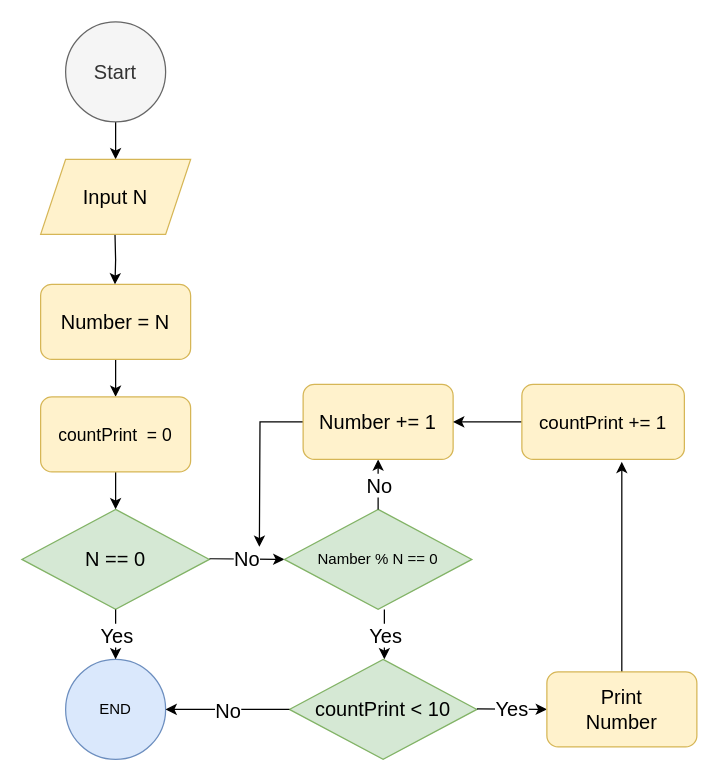
Above: ex002/other/c.drawio in YuriiOsipchuk/HomeWorkGo (draw.io), before the change. Source tidied: cells renumbered, new cells numbered last; positions are measured from the earlier drawing's top-left corner, leaving out a move shared by most shapes. Both pictures are drawn from the tidied source at 125%, with x=0, y=0 at pixel (21, 21).
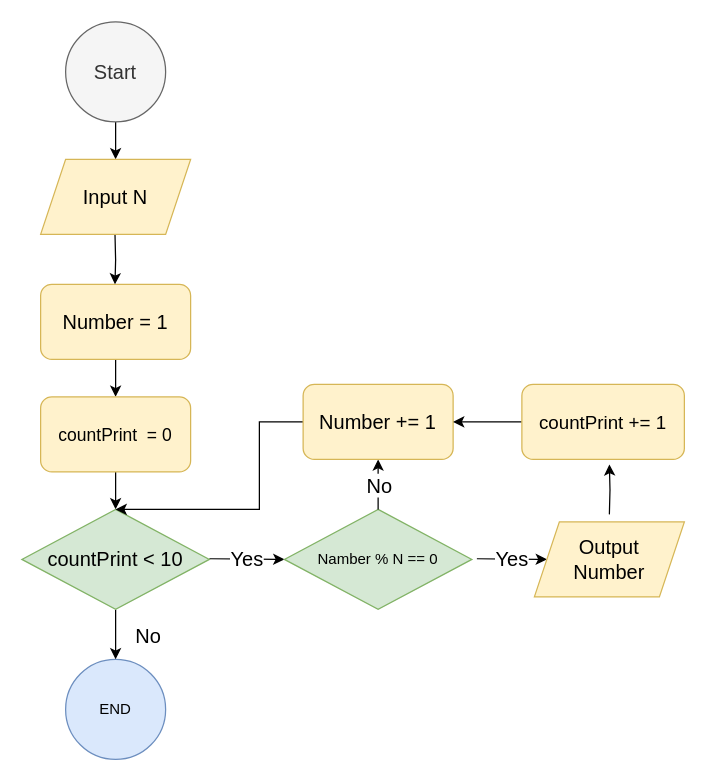
The same page after the edit.

The change refers to these unchanged cells:
```xml
<mxCell id="4" value="END" style="ellipse;whiteSpace=wrap;html=1;fillColor=#dae8fc;strokeColor=#6c8ebf;" parent="1" vertex="1">
  <mxGeometry x="35" y="510" width="80" height="80" as="geometry" />
</mxCell>
<mxCell id="11" value="&lt;font style=&quot;font-size: 14px;&quot;&gt;countPrint&amp;nbsp; = 0&lt;/font&gt;" style="rounded=1;whiteSpace=wrap;html=1;fontSize=16;fillColor=#fff2cc;strokeColor=#d6b656;" parent="1" vertex="1">
  <mxGeometry x="15" y="300" width="120" height="60" as="geometry" />
</mxCell>
<mxCell id="25" value="&lt;div&gt;Number += 1 &lt;br&gt;&lt;/div&gt;" style="rounded=1;whiteSpace=wrap;html=1;fontSize=16;fillColor=#fff2cc;strokeColor=#d6b656;" parent="1" vertex="1">
  <mxGeometry x="225" y="290" width="120" height="60" as="geometry" />
</mxCell>
<mxCell id="31" value="&lt;div style=&quot;font-size: 15px;&quot;&gt;&lt;font style=&quot;font-size: 15px;&quot;&gt;countPrint += 1&lt;br&gt;&lt;/font&gt;&lt;/div&gt;" style="rounded=1;whiteSpace=wrap;html=1;fontSize=16;fillColor=#fff2cc;strokeColor=#d6b656;" parent="1" vertex="1">
  <mxGeometry x="400" y="290" width="130" height="60" as="geometry" />
</mxCell>
```

The edit, as a diff of the source:
```diff
@@
-    <mxCell id="6" value="Number = N" style="rounded=1;whiteSpace=wrap;html=1;fontSize=16;fillColor=#fff2cc;strokeColor=#d6b656;" parent="1" vertex="1">
+    <mxCell id="6" value="Number = 1" style="rounded=1;whiteSpace=wrap;html=1;fontSize=16;fillColor=#fff2cc;strokeColor=#d6b656;" parent="1" vertex="1">
       <mxGeometry x="15" y="210" width="120" height="60" as="geometry" />
     </mxCell>
-    <mxCell id="7" value="N == 0" style="rhombus;whiteSpace=wrap;html=1;fontSize=16;fillColor=#d5e8d4;strokeColor=#82b366;" parent="1" vertex="1">
-      <mxGeometry y="390" width="150" height="80" as="geometry" />
-    </mxCell>
@@
-    <mxCell id="10" style="edgeStyle=orthogonalEdgeStyle;rounded=0;jettySize=auto;html=1;fontSize=16;endArrow=classic;endFill=1;" parent="1" edge="1" source="11" target="7">
-      <mxGeometry relative="1" as="geometry" />
+    <mxCell id="10" style="edgeStyle=orthogonalEdgeStyle;rounded=0;jettySize=auto;html=1;fontSize=16;endArrow=classic;endFill=1;" parent="1" edge="1" source="11">
+      <mxGeometry relative="1" as="geometry">
+        <mxPoint x="75" y="390" as="targetPoint" />
+      </mxGeometry>
     </mxCell>
@@
-    <mxCell id="12" style="endArrow=classic;html=1;rounded=0;fontSize=16;" parent="1" edge="1">
+    <mxCell id="12" value="Yes" style="endArrow=classic;html=1;rounded=0;fontSize=16;" parent="1" edge="1">
       <mxGeometry relative="1" as="geometry">
         <mxPoint x="150" y="429.5" as="sourcePoint" />
         <mxPoint x="210" y="430" as="targetPoint" />
       </mxGeometry>
     </mxCell>
-    <mxCell id="13" value="No" style="edgeLabel;html=1;align=center;verticalAlign=middle;fontSize=16;" parent="12" vertex="1">
-      <mxGeometry relative="1" as="geometry" />
-    </mxCell>
-    <mxCell id="14" style="endArrow=classic;html=1;rounded=0;fontSize=16;exitX=0.5;exitY=1;exitDx=0;exitDy=0;entryX=0.5;entryY=0;entryDx=0;entryDy=0;" parent="1" edge="1" source="7" target="4">
-      <mxGeometry relative="1" as="geometry" />
+    <mxCell id="14" style="endArrow=classic;html=1;rounded=0;fontSize=16;exitX=0.5;exitY=1;exitDx=0;exitDy=0;entryX=0.5;entryY=0;entryDx=0;entryDy=0;" parent="1" edge="1" target="4">
+      <mxGeometry relative="1" as="geometry">
+        <mxPoint x="75" y="470" as="sourcePoint" />
+      </mxGeometry>
     </mxCell>
-    <mxCell id="15" value="Yes" style="edgeLabel;html=1;align=center;verticalAlign=middle;fontSize=16;" parent="14" vertex="1">
-      <mxGeometry relative="1" as="geometry" />
+    <mxCell id="15" value="No" style="edgeLabel;html=1;align=center;verticalAlign=middle;fontSize=16;" parent="14" vertex="1">
+      <mxGeometry relative="1" as="geometry">
+        <mxPoint x="25" as="offset" />
+      </mxGeometry>
     </mxCell>
@@
-    <mxCell id="19" style="endArrow=classic;html=1;rounded=0;fontSize=16;" parent="1" edge="1">
-      <mxGeometry relative="1" as="geometry">
-        <mxPoint x="290" y="470" as="sourcePoint" />
-        <mxPoint x="290" y="510" as="targetPoint" />
-      </mxGeometry>
-    </mxCell>
-    <mxCell id="20" value="Yes" style="edgeLabel;html=1;align=center;verticalAlign=middle;fontSize=16;" parent="19" vertex="1">
-      <mxGeometry relative="1" as="geometry" />
-    </mxCell>
     <mxCell id="21" value="countPrint &amp;lt; 10" style="rhombus;whiteSpace=wrap;html=1;fontSize=16;fillColor=#d5e8d4;strokeColor=#82b366;" parent="1" vertex="1">
-      <mxGeometry x="214" y="510" width="150" height="80" as="geometry" />
+      <mxGeometry y="390" width="150" height="80" as="geometry" />
     </mxCell>
-    <mxCell id="22" style="endArrow=classic;html=1;rounded=0;fontSize=16;exitX=0;exitY=0.5;exitDx=0;exitDy=0;entryX=1;entryY=0.5;entryDx=0;entryDy=0;" parent="1" edge="1" source="21" target="4">
-      <mxGeometry relative="1" as="geometry" />
-    </mxCell>
-    <mxCell id="23" value="No" style="edgeLabel;html=1;align=center;verticalAlign=middle;fontSize=16;" parent="22" vertex="1">
-      <mxGeometry relative="1" as="geometry" />
-    </mxCell>
-    <mxCell id="24" style="edgeStyle=orthogonalEdgeStyle;rounded=0;jettySize=auto;html=1;fontSize=11;" parent="1" edge="1" source="25">
-      <mxGeometry relative="1" as="geometry">
-        <mxPoint x="190" y="420" as="targetPoint" />
-      </mxGeometry>
-    </mxCell>
+    <mxCell id="32" style="edgeStyle=elbowEdgeStyle;rounded=0;jettySize=auto;html=1;exitX=0;exitY=0.5;exitDx=0;exitDy=0;entryX=0.5;entryY=0;entryDx=0;entryDy=0;" parent="1" edge="1" source="25" target="21">
+      <mxGeometry relative="1" as="geometry">
+        <Array as="points">
+          <mxPoint x="190" y="360" />
+        </Array>
+      </mxGeometry>
+    </mxCell>
@@
     <mxCell id="26" style="endArrow=classic;html=1;rounded=0;fontSize=16;" parent="1" edge="1">
       <mxGeometry relative="1" as="geometry">
-        <mxPoint x="364" y="549.5" as="sourcePoint" />
-        <mxPoint x="420" y="550" as="targetPoint" />
+        <mxPoint x="364" y="429.5" as="sourcePoint" />
+        <mxPoint x="420" y="430" as="targetPoint" />
       </mxGeometry>
     </mxCell>
@@
-    <mxCell id="28" style="edgeStyle=orthogonalEdgeStyle;rounded=0;jettySize=auto;html=1;entryX=0.615;entryY=1.033;entryDx=0;entryDy=0;entryPerimeter=0;fontSize=11;" parent="1" edge="1" source="29" target="31">
-      <mxGeometry relative="1" as="geometry" />
-    </mxCell>
-    <mxCell id="29" value="&lt;div&gt;Print&lt;/div&gt;&lt;div&gt;Number&lt;br&gt;&lt;/div&gt;" style="rounded=1;whiteSpace=wrap;html=1;fontSize=16;fillColor=#fff2cc;strokeColor=#d6b656;" parent="1" vertex="1">
-      <mxGeometry x="420" y="520" width="120" height="60" as="geometry" />
-    </mxCell>
@@
+    <mxCell id="33" style="edgeStyle=orthogonalEdgeStyle;rounded=0;orthogonalLoop=1;jettySize=auto;html=1;" parent="1" edge="1">
+      <mxGeometry relative="1" as="geometry">
+        <mxPoint x="470" y="394" as="sourcePoint" />
+        <mxPoint x="470" y="354" as="targetPoint" />
+      </mxGeometry>
+    </mxCell>
+    <mxCell id="34" value="&lt;div&gt;Output&lt;/div&gt;&lt;div&gt;Number&lt;br&gt;&lt;/div&gt;" style="shape=parallelogram;perimeter=parallelogramPerimeter;whiteSpace=wrap;html=1;fixedSize=1;fontSize=16;fillColor=#fff2cc;strokeColor=#d6b656;" parent="1" vertex="1">
+      <mxGeometry x="410" y="400" width="120" height="60" as="geometry" />
+    </mxCell>
```
